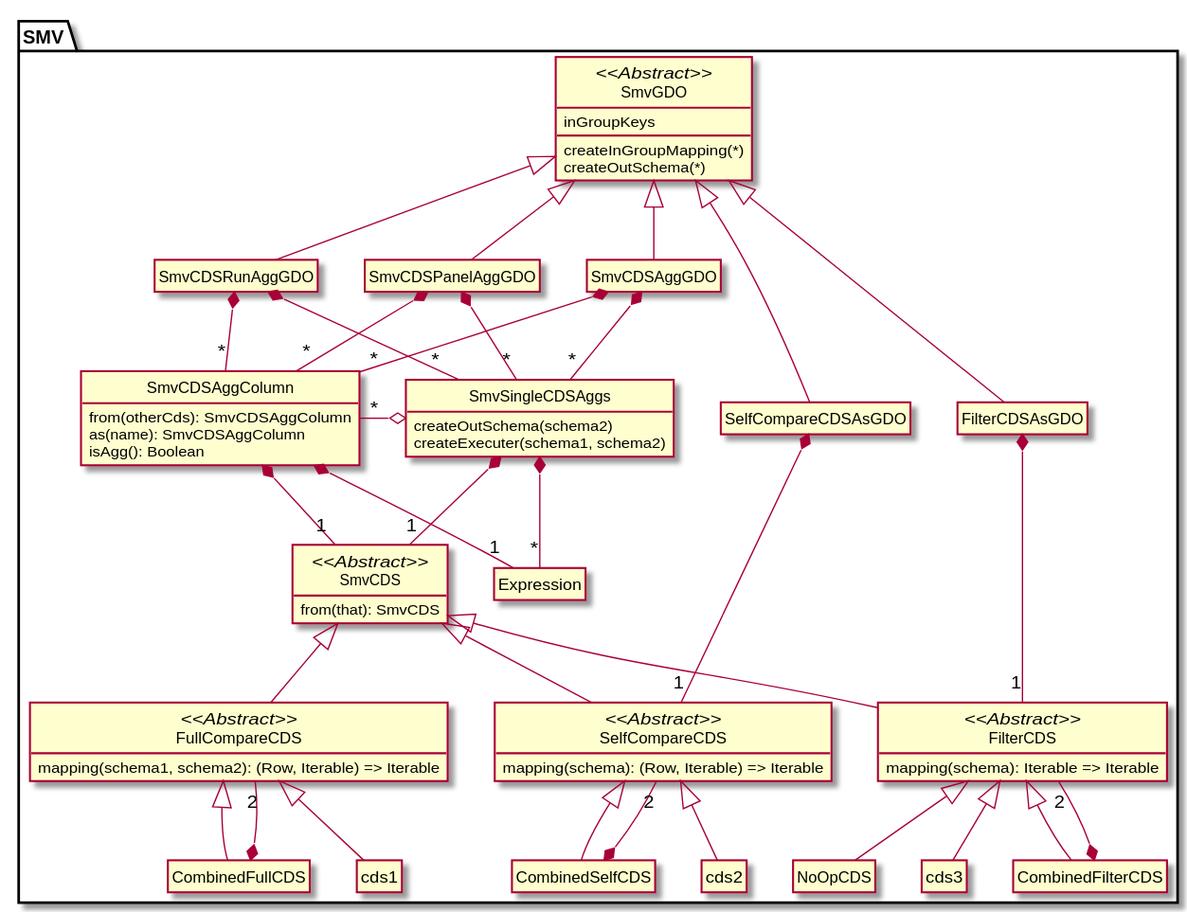
Before: docs/design/smvCDS.svg, a diagram exported from PlantUML (TresAmigosSD/SMV). Its source is kept beside it as docs/design/smvCDS.puml. Source of this version:
```plantuml
@startuml
hide empty methods
hide empty fields
hide circle



package SMV {
  class SmvCDS <<Abstract>> {
    from(that): SmvCDS
  }

  class FullCompareCDS <<Abstract>> extends SmvCDS {
    mapping(schema1, schema2): (Row, Iterable) => Iterable
  }

  class SelfCompareCDS <<Abstract>> extends SmvCDS {
    mapping(schema): (Row, Iterable) => Iterable
  }

  class FilterCDS <<Abstract>> extends SmvCDS {
    mapping(schema): Iterable => Iterable
  }

  class CombinedFullCDS extends FullCompareCDS
  class CombinedSelfCDS extends SelfCompareCDS
  class CombinedFilterCDS extends FilterCDS

  class NoOpCDS extends FilterCDS

  CombinedFullCDS *-- "2" FullCompareCDS
  CombinedSelfCDS *-- "2" SelfCompareCDS
  CombinedFilterCDS *-- "2" FilterCDS

  class SmvCDSAggColumn{
    from(otherCds): SmvCDSAggColumn
    as(name): SmvCDSAggColumn
    isAgg(): Boolean
  }

  SmvCDSAggColumn *-- "1" Expression
  SmvCDSAggColumn *-- "1" SmvCDS

  class cds1 extends FullCompareCDS
  class cds2 extends SelfCompareCDS
  class cds3 extends FilterCDS

  class SmvSingleCDSAggs{
    createOutSchema(schema2)
    createExecuter(schema1, schema2)
  }

  SmvSingleCDSAggs o-L- "*" SmvCDSAggColumn
  SmvSingleCDSAggs *-- "*" Expression
  SmvSingleCDSAggs *-- "1" SmvCDS

  class SmvGDO <<Abstract>> {
    inGroupKeys
    createInGroupMapping(*)
    createOutSchema(*)
  }

  class SmvCDSAggGDO extends SmvGDO
  SmvCDSAggGDO *-- "*" SmvCDSAggColumn
  SmvCDSAggGDO *-- "*" SmvSingleCDSAggs

  class SmvCDSRunAggGDO extends SmvGDO
  SmvCDSRunAggGDO *-- "*" SmvCDSAggColumn
  SmvCDSRunAggGDO *-- "*" SmvSingleCDSAggs

  class SmvCDSPanelAggGDO extends SmvGDO
  SmvCDSPanelAggGDO *-- "*" SmvCDSAggColumn
  SmvCDSPanelAggGDO *-- "*" SmvSingleCDSAggs

  class SelfCompareCDSAsGDO extends SmvGDO
  class FilterCDSAsGDO extends SmvGDO

  SelfCompareCDSAsGDO *-- "1" SelfCompareCDS
  FilterCDSAsGDO *-- "1" FilterCDS

}

@enduml
```
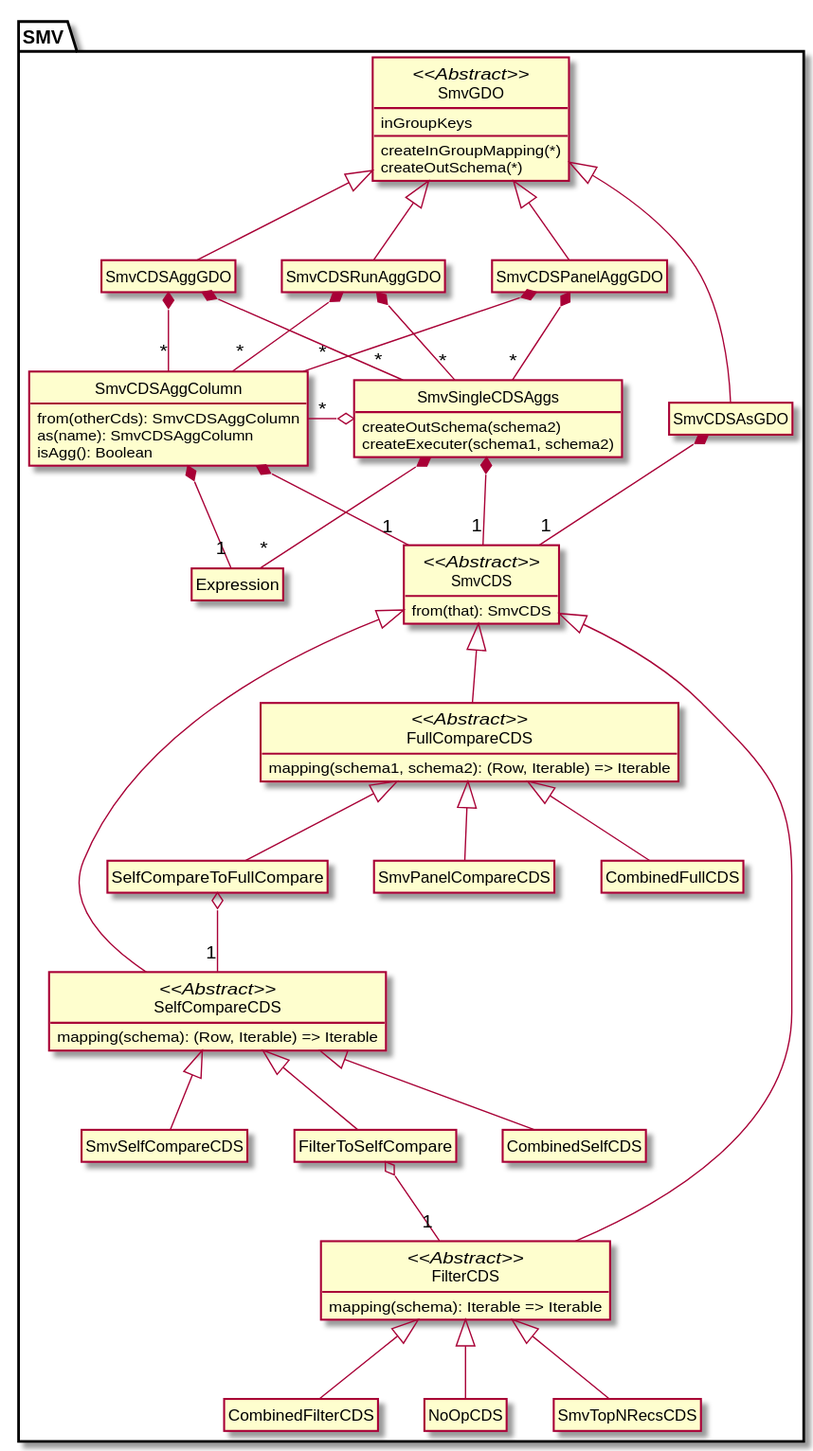
After the change.

Commit message:
Split SmvCDS to 3 types

Change to the diagram source:
```diff
@@ -22,15 +22,17 @@
     mapping(schema): Iterable => Iterable
   }
 
+  class SelfCompareToFullCompare extends FullCompareCDS
+  class FilterToSelfCompare extends SelfCompareCDS
+
+  SelfCompareToFullCompare o-- "1" SelfCompareCDS
+  FilterToSelfCompare o-- "1" FilterCDS
+
   class CombinedFullCDS extends FullCompareCDS
   class CombinedSelfCDS extends SelfCompareCDS
   class CombinedFilterCDS extends FilterCDS
 
   class NoOpCDS extends FilterCDS
-
-  CombinedFullCDS *-- "2" FullCompareCDS
-  CombinedSelfCDS *-- "2" SelfCompareCDS
-  CombinedFilterCDS *-- "2" FilterCDS
 
   class SmvCDSAggColumn{
     from(otherCds): SmvCDSAggColumn
@@ -41,9 +43,9 @@
   SmvCDSAggColumn *-- "1" Expression
   SmvCDSAggColumn *-- "1" SmvCDS
 
-  class cds1 extends FullCompareCDS
-  class cds2 extends SelfCompareCDS
-  class cds3 extends FilterCDS
+  class SmvPanelCompareCDS extends FullCompareCDS
+  class SmvSelfCompareCDS extends SelfCompareCDS
+  class SmvTopNRecsCDS extends FilterCDS
 
   class SmvSingleCDSAggs{
     createOutSchema(schema2)
@@ -72,11 +74,9 @@
   SmvCDSPanelAggGDO *-- "*" SmvCDSAggColumn
   SmvCDSPanelAggGDO *-- "*" SmvSingleCDSAggs
 
-  class SelfCompareCDSAsGDO extends SmvGDO
-  class FilterCDSAsGDO extends SmvGDO
+  class SmvCDSAsGDO extends SmvGDO
 
-  SelfCompareCDSAsGDO *-- "1" SelfCompareCDS
-  FilterCDSAsGDO *-- "1" FilterCDS
+  SmvCDSAsGDO *-- "1" SmvCDS
 
 }
 
```
